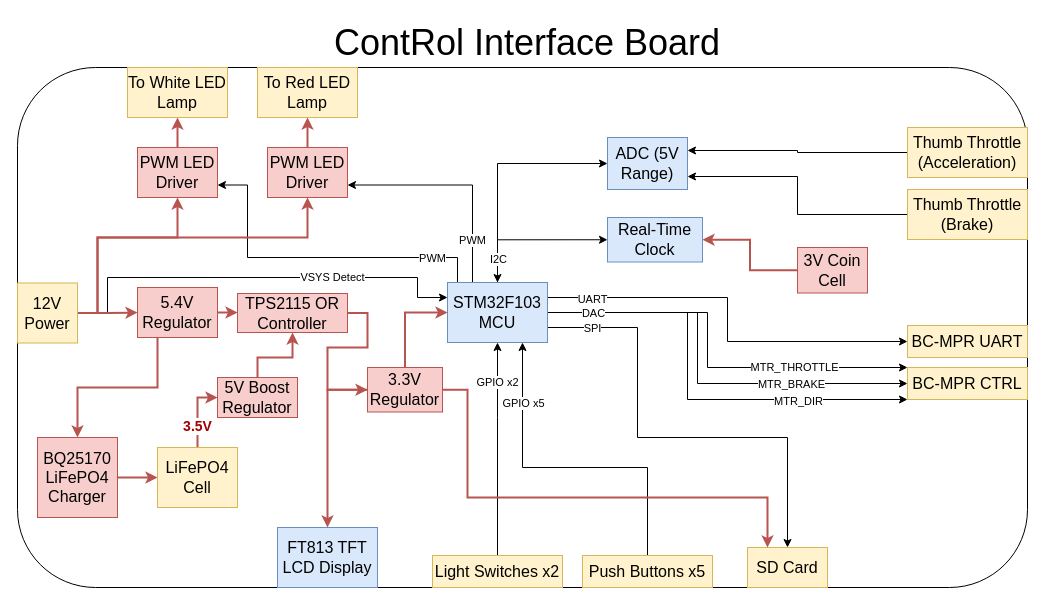
Above: ContRol Interface Board/CRIB Block Diagram.drawio in far-mat42/custom-escooter (draw.io), before the change. Source tidied: cells renumbered, new cells numbered last; positions are measured from the earlier drawing's top-left corner, leaving out a move shared by most shapes. Both pictures are drawn from the tidied source at 100%, with x=0, y=0 at pixel (17, 17).
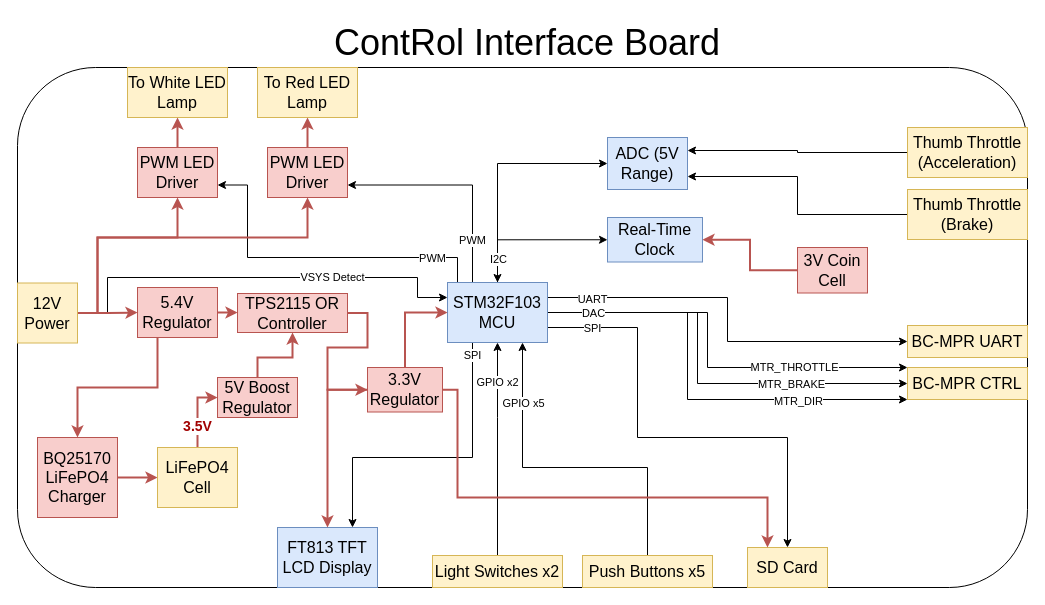
Above is the later version.

The change refers to these unchanged cells:
```xml
<mxCell id="26" value="STM32F103 MCU" style="rounded=0;whiteSpace=wrap;html=1;fillColor=#dae8fc;strokeColor=#6c8ebf;fontSize=16;" parent="1" vertex="1">
  <mxGeometry x="430" y="265" width="100" height="60" as="geometry" />
</mxCell>
<mxCell id="40" value="FT813 TFT LCD Display" style="rounded=0;whiteSpace=wrap;html=1;fillColor=#dae8fc;strokeColor=#6c8ebf;fontSize=16;" parent="1" vertex="1">
  <mxGeometry x="260" y="510" width="100" height="60" as="geometry" />
</mxCell>
<mxCell id="43" value="SD Card" style="rounded=0;whiteSpace=wrap;html=1;fillColor=#fff2cc;strokeColor=#d6b656;fontSize=16;" parent="1" vertex="1">
  <mxGeometry x="730" y="530" width="80" height="40" as="geometry" />
</mxCell>
<mxCell id="61" value="3.3V Regulator" style="rounded=0;whiteSpace=wrap;html=1;fillColor=#f8cecc;strokeColor=#b85450;fontSize=16;" parent="1" vertex="1">
  <mxGeometry x="350" y="350" width="75" height="44.5" as="geometry" />
</mxCell>
```

What changed in the source:
```diff
@@
+    <mxCell id="69" style="edgeStyle=orthogonalEdgeStyle;rounded=0;jettySize=auto;html=1;exitX=0.25;exitY=1;exitDx=0;exitDy=0;entryX=0.75;entryY=0;entryDx=0;entryDy=0;" parent="1" edge="1" source="26" target="40">
+      <mxGeometry relative="1" as="geometry">
+        <Array as="points">
+          <mxPoint x="455" y="440" />
+          <mxPoint x="335" y="440" />
+        </Array>
+      </mxGeometry>
+    </mxCell>
+    <mxCell id="70" value="SPI" style="edgeLabel;html=1;align=center;verticalAlign=middle;" parent="69" vertex="1">
+      <mxGeometry x="-0.92" y="-1" relative="1" as="geometry" />
+    </mxCell>
@@
     <mxCell id="60" style="edgeStyle=orthogonalEdgeStyle;rounded=0;jettySize=auto;html=1;exitX=1;exitY=0.5;exitDx=0;exitDy=0;entryX=0.25;entryY=0;entryDx=0;entryDy=0;fillColor=#f8cecc;strokeColor=#b85450;strokeWidth=2;" parent="1" edge="1" source="61" target="43">
       <mxGeometry relative="1" as="geometry">
         <Array as="points">
-          <mxPoint x="450" y="372" />
-          <mxPoint x="450" y="480" />
+          <mxPoint x="440" y="372" />
+          <mxPoint x="440" y="480" />
           <mxPoint x="750" y="480" />
         </Array>
       </mxGeometry>
     </mxCell>
```
